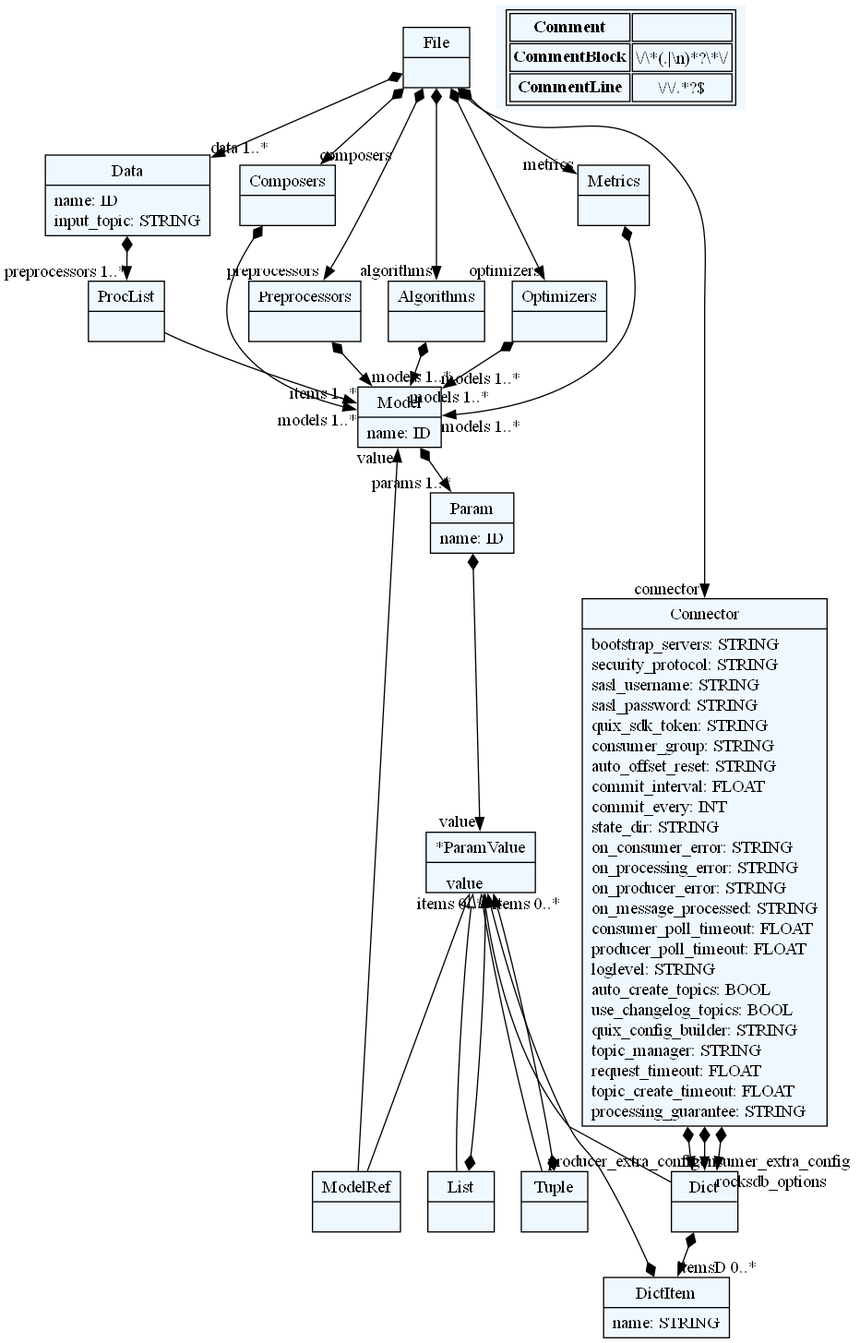
Above: beaver/refactoring-beaver/grammar/pipeline.dot.png in deepblue597/beaver (Graphviz), before the change. Its source is kept beside it as beaver/refactoring-beaver/grammar/pipeline.dot.
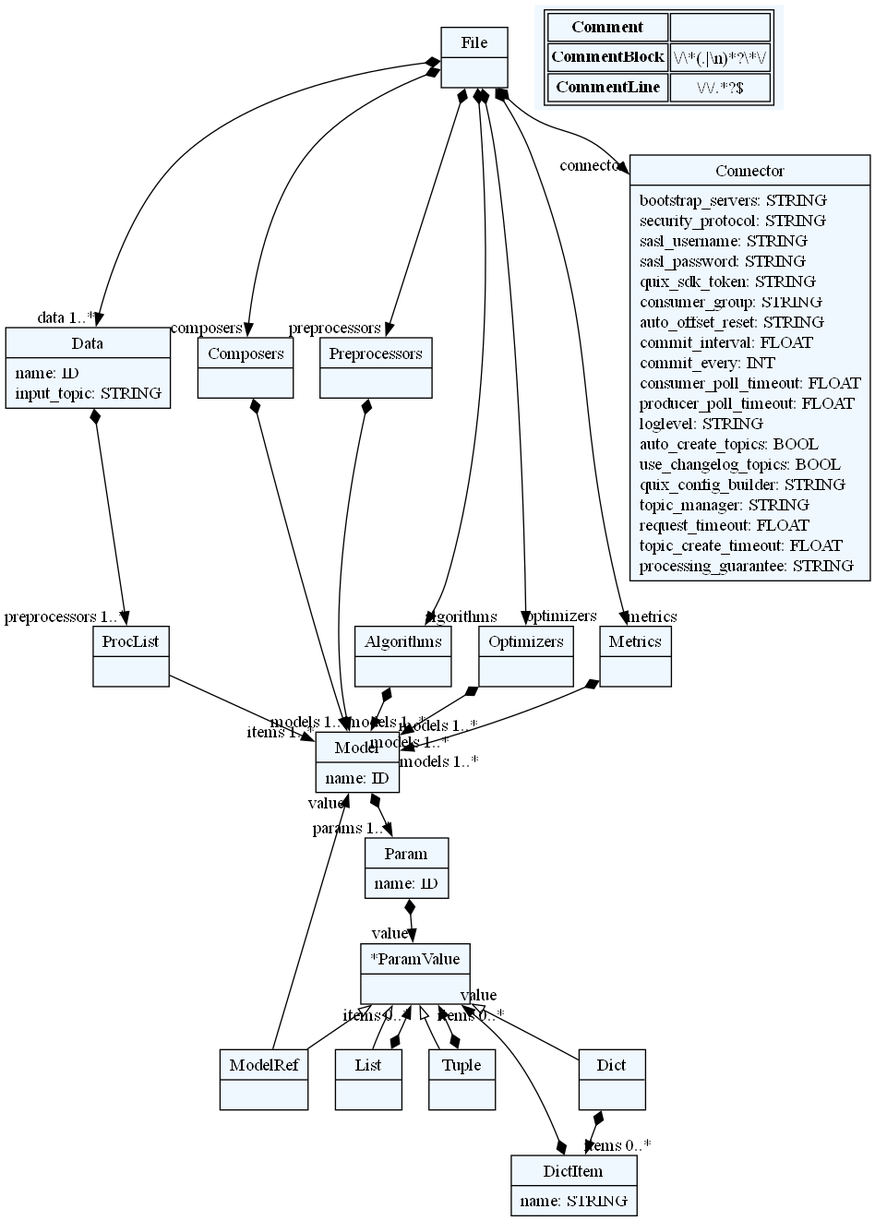
The same diagram one commit later.

Commit message:
added preprocessors and data Still working on data

Change to the diagram source:
```diff
@@ -10,70 +10,67 @@
     edge[dir=black,arrowtail=empty]
 
 
-2512910567136[ label="{File|}"]
+2024682362720[ label="{File|}"]
 
-2512910138592[ label="{Data|name: ID\linput_topic: STRING\l}"]
+2024681887584[ label="{Data|name: ID\linput_topic: STRING\l}"]
 
-2512910136864[ label="{ProcList|}"]
+2024681897568[ label="{ProcList|}"]
 
-2512910136960[ label="{Composers|}"]
+2024681897664[ label="{Composers|}"]
 
-2512910137056[ label="{Preprocessors|}"]
+2024681897760[ label="{Preprocessors|}"]
 
-2512909879152[ label="{Algorithms|}"]
+2024681897904[ label="{Algorithms|}"]
 
-2512910137200[ label="{Optimizers|}"]
+2024682063968[ label="{Optimizers|}"]
 
-2512910137296[ label="{Metrics|}"]
+2024682063008[ label="{Metrics|}"]
 
-2512910137440[ label="{Connector|bootstrap_servers: STRING\lsecurity_protocol: STRING\lsasl_username: STRING\lsasl_password: STRING\lquix_sdk_token: STRING\lconsumer_group: STRING\lauto_offset_reset: STRING\lcommit_interval: FLOAT\lcommit_every: INT\lstate_dir: STRING\lon_consumer_error: STRING\lon_processing_error: STRING\lon_producer_error: STRING\lon_message_processed: STRING\lconsumer_poll_timeout: FLOAT\lproducer_poll_timeout: FLOAT\lloglevel: STRING\lauto_create_topics: BOOL\luse_changelog_topics: BOOL\lquix_config_builder: STRING\ltopic_manager: STRING\lrequest_timeout: FLOAT\ltopic_create_timeout: FLOAT\lprocessing_guarantee: STRING\l}"]
+2024682062816[ label="{Connector|bootstrap_servers: STRING\lsecurity_protocol: STRING\lsasl_username: STRING\lsasl_password: STRING\lquix_sdk_token: STRING\lconsumer_group: STRING\lauto_offset_reset: STRING\lcommit_interval: FLOAT\lcommit_every: INT\lconsumer_poll_timeout: FLOAT\lproducer_poll_timeout: FLOAT\lloglevel: STRING\lauto_create_topics: BOOL\luse_changelog_topics: BOOL\lquix_config_builder: STRING\ltopic_manager: STRING\lrequest_timeout: FLOAT\ltopic_create_timeout: FLOAT\lprocessing_guarantee: STRING\l}"]
 
-2512910137920[ label="{List|}"]
+2024682063296[ label="{List|}"]
 
-2512910138352[ label="{Tuple|}"]
+2024682062240[ label="{Tuple|}"]
 
-2512910138544[ label="{Dict|}"]
+2024682062336[ label="{Dict|}"]
 
-2512910138784[ label="{DictItem|name: STRING\l}"]
+2024682062960[ label="{DictItem|name: STRING\l}"]
 
-2512910138736[ label="{ModelRef|}"]
+2024682063344[ label="{ModelRef|}"]
 
-2512910139360[ label="{Param|name: ID\l}"]
+2024682063584[ label="{Param|name: ID\l}"]
 
-2512910271024[ label="{*ParamValue|}"]
+2024682063632[ label="{*ParamValue|}"]
 
-2512910270592[ label="{Model|name: ID\l}"]
+2024682063680[ label="{Model|name: ID\l}"]
 
 
 
-2512910567136 -> 2512910137440[arrowtail=diamond, dir=both, headlabel="connector "]
-2512910567136 -> 2512910136960[arrowtail=diamond, dir=both, headlabel="composers "]
-2512910567136 -> 2512910137056[arrowtail=diamond, dir=both, headlabel="preprocessors "]
-2512910567136 -> 2512910137200[arrowtail=diamond, dir=both, headlabel="optimizers "]
-2512910567136 -> 2512909879152[arrowtail=diamond, dir=both, headlabel="algorithms "]
-2512910567136 -> 2512910137296[arrowtail=diamond, dir=both, headlabel="metrics "]
-2512910567136 -> 2512910138592[arrowtail=diamond, dir=both, headlabel="data 1..*"]
-2512910138592 -> 2512910136864[arrowtail=diamond, dir=both, headlabel="preprocessors 1..*"]
-2512910136864 -> 2512910270592[headlabel="items 1..*"]
-2512910136960 -> 2512910270592[arrowtail=diamond, dir=both, headlabel="models 1..*"]
-2512910137056 -> 2512910270592[arrowtail=diamond, dir=both, headlabel="models 1..*"]
-2512909879152 -> 2512910270592[arrowtail=diamond, dir=both, headlabel="models 1..*"]
-2512910137200 -> 2512910270592[arrowtail=diamond, dir=both, headlabel="models 1..*"]
-2512910137296 -> 2512910270592[arrowtail=diamond, dir=both, headlabel="models 1..*"]
-2512910137440 -> 2512910138544[arrowtail=diamond, dir=both, headlabel="consumer_extra_config "]
-2512910137440 -> 2512910138544[arrowtail=diamond, dir=both, headlabel="producer_extra_config "]
-2512910137440 -> 2512910138544[arrowtail=diamond, dir=both, headlabel="rocksdb_options "]
-2512910137920 -> 2512910271024[arrowtail=diamond, dir=both, headlabel="items 0..*"]
-2512910138352 -> 2512910271024[arrowtail=diamond, dir=both, headlabel="items 0..*"]
-2512910138544 -> 2512910138784[arrowtail=diamond, dir=both, headlabel="itemsD 0..*"]
-2512910138784 -> 2512910271024[arrowtail=diamond, dir=both, headlabel="value "]
-2512910138736 -> 2512910270592[headlabel="value "]
-2512910139360 -> 2512910271024[arrowtail=diamond, dir=both, headlabel="value "]
-2512910271024 -> 2512910138352 [dir=back]
-2512910271024 -> 2512910137920 [dir=back]
-2512910271024 -> 2512910138544 [dir=back]
-2512910271024 -> 2512910138736 [dir=back]
-2512910270592 -> 2512910139360[arrowtail=diamond, dir=both, headlabel="params 1..*"]
+2024682362720 -> 2024682062816[arrowtail=diamond, dir=both, headlabel="connector "]
+2024682362720 -> 2024681897664[arrowtail=diamond, dir=both, headlabel="composers "]
+2024682362720 -> 2024681897760[arrowtail=diamond, dir=both, headlabel="preprocessors "]
+2024682362720 -> 2024682063968[arrowtail=diamond, dir=both, headlabel="optimizers "]
+2024682362720 -> 2024681897904[arrowtail=diamond, dir=both, headlabel="algorithms "]
+2024682362720 -> 2024682063008[arrowtail=diamond, dir=both, headlabel="metrics "]
+2024682362720 -> 2024681887584[arrowtail=diamond, dir=both, headlabel="data 1..*"]
+2024681887584 -> 2024681897568[arrowtail=diamond, dir=both, headlabel="preprocessors 1..*"]
+2024681897568 -> 2024682063680[headlabel="items 1..*"]
+2024681897664 -> 2024682063680[arrowtail=diamond, dir=both, headlabel="models 1..*"]
+2024681897760 -> 2024682063680[arrowtail=diamond, dir=both, headlabel="models 1..*"]
+2024681897904 -> 2024682063680[arrowtail=diamond, dir=both, headlabel="models 1..*"]
+2024682063968 -> 2024682063680[arrowtail=diamond, dir=both, headlabel="models 1..*"]
+2024682063008 -> 2024682063680[arrowtail=diamond, dir=both, headlabel="models 1..*"]
+2024682063296 -> 2024682063632[arrowtail=diamond, dir=both, headlabel="items 0..*"]
+2024682062240 -> 2024682063632[arrowtail=diamond, dir=both, headlabel="items 0..*"]
+2024682062336 -> 2024682062960[arrowtail=diamond, dir=both, headlabel="items 0..*"]
+2024682062960 -> 2024682063632[arrowtail=diamond, dir=both, headlabel="value "]
+2024682063344 -> 2024682063680[headlabel="value "]
+2024682063584 -> 2024682063632[arrowtail=diamond, dir=both, headlabel="value "]
+2024682063632 -> 2024682062240 [dir=back]
+2024682063632 -> 2024682063296 [dir=back]
+2024682063632 -> 2024682062336 [dir=back]
+2024682063632 -> 2024682063344 [dir=back]
+2024682063680 -> 2024682063584[arrowtail=diamond, dir=both, headlabel="params 1..*"]
 match_rules [ shape=plaintext, label=< <table>
 	<tr>
 		<td><b>Comment</b></td><td></td>
```
